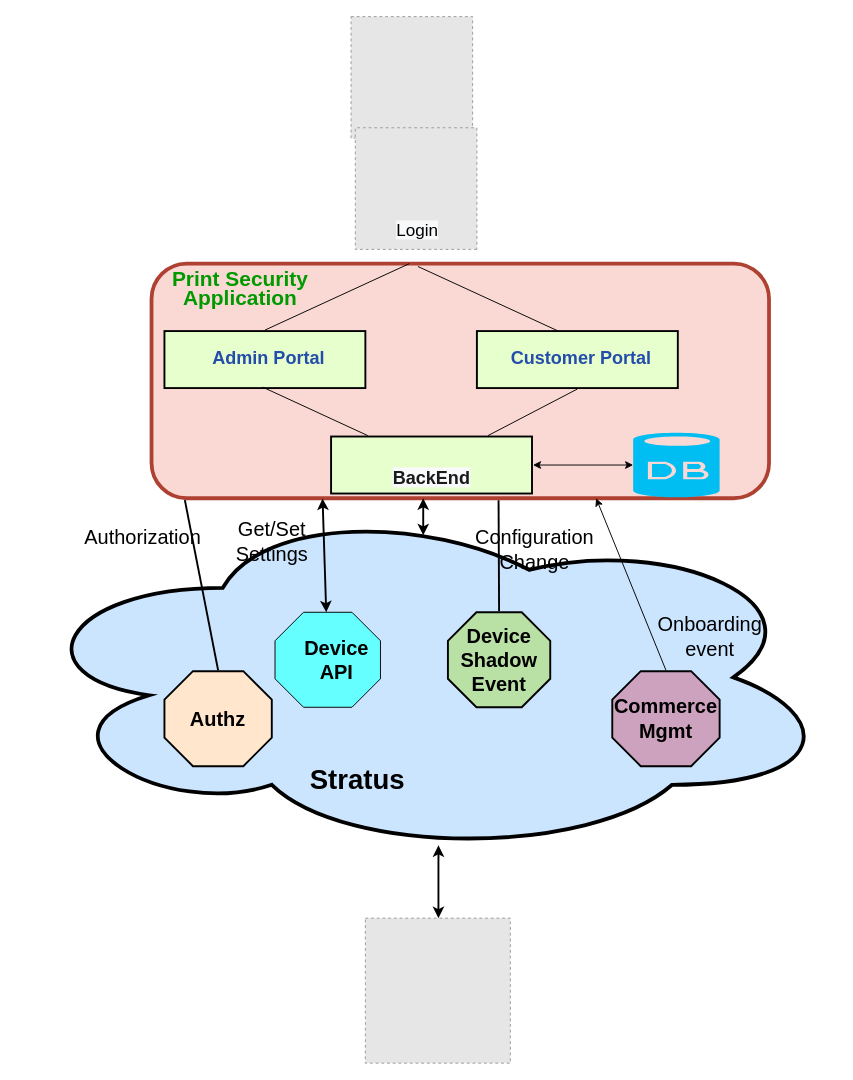
Vignesh40/Vignesh40 keeps this draw.io diagram as diagrams/Untitled Diagram.drawio. Above is the earlier version. Source tidied: cells renumbered, new cells numbered last; positions are measured from the earlier drawing's top-left corner, leaving out a move shared by most shapes. Both pictures are drawn from the tidied source at 95%, with x=0, y=0 at pixel (18, 16). Pictures stored in the file or linked from it are replaced by grey dashed boxes.
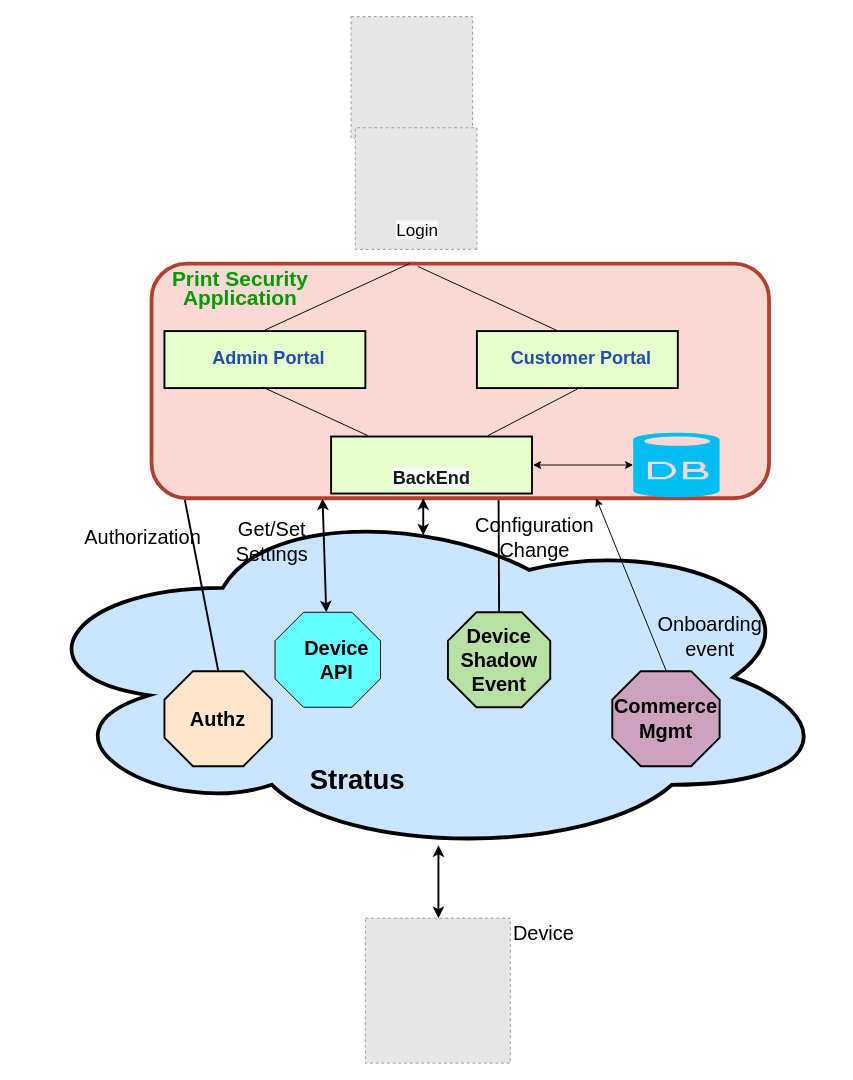
The same page after the edit.

Diff of the diagram source:
```diff
@@
     <mxCell id="34" value="&lt;font style=&quot;&quot; color=&quot;#000000&quot;&gt;Configuration Change&lt;/font&gt;" style="text;html=1;strokeColor=none;fillColor=none;align=center;verticalAlign=middle;whiteSpace=wrap;rounded=0;sketch=0;fontSize=21;fontColor=#FF66FF;" parent="1" vertex="1">
-      <mxGeometry x="491" y="546" width="105.2" height="30" as="geometry" />
+      <mxGeometry x="491" y="533" width="105.2" height="30" as="geometry" />
     </mxCell>
@@
+    <mxCell id="37" value="&lt;font style=&quot;&quot; color=&quot;#000000&quot;&gt;Device&lt;/font&gt;" style="text;html=1;strokeColor=none;fillColor=none;align=center;verticalAlign=middle;whiteSpace=wrap;rounded=0;sketch=0;fontSize=21;fontColor=#FF66FF;" parent="1" vertex="1">
+      <mxGeometry x="491" y="949" width="124" height="30" as="geometry" />
+    </mxCell>
```
